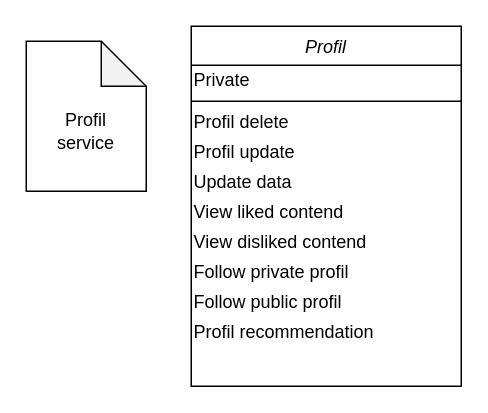
Above: page "Profil service" (7 of 10) of Dijagrami.drawio in andjelijaa/XML-projekat (draw.io), before the change. Source tidied: cells renumbered, new cells numbered last; positions are measured from the earlier drawing's top-left corner, leaving out a move shared by most shapes. Both pictures are drawn from the tidied source at 150%, with x=0, y=0 at pixel (26, 26).
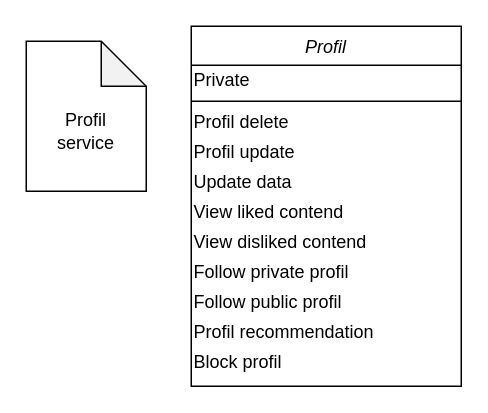
After the change.

Diff of the diagram source:
```diff
@@
 <mxGraphModel>
   <root>
     <mxCell id="0" />
     <mxCell id="1" parent="0" />
     <mxCell id="2" style="shape=note;whiteSpace=wrap;html=1;backgroundOutline=1;darkOpacity=0.05;align=left;" parent="1" vertex="1">
       <mxGeometry y="10" width="80" height="100" as="geometry" />
     </mxCell>
     <mxCell id="3" value="Profil" style="swimlane;fontStyle=2;align=center;verticalAlign=top;horizontal=1;startSize=26;rounded=0;shadow=0;strokeWidth=1;" parent="1" vertex="1">
       <mxGeometry x="110" width="180" height="240" as="geometry" />
     </mxCell>
     <mxCell id="4" value="Private" style="text;html=1;strokeColor=none;fillColor=none;align=left;verticalAlign=middle;whiteSpace=wrap;rounded=0;" parent="3" vertex="1">
       <mxGeometry y="26" width="180" height="20" as="geometry" />
     </mxCell>
     <mxCell id="5" style="line;html=1;strokeWidth=1;align=left;verticalAlign=middle;spacingTop=-1;spacingLeft=3;spacingRight=3;labelPosition=right;" parent="3" vertex="1">
       <mxGeometry y="46" width="180" height="8" as="geometry" />
     </mxCell>
     <mxCell id="6" value="Profil delete" style="text;html=1;strokeColor=none;fillColor=none;align=left;verticalAlign=middle;whiteSpace=wrap;rounded=0;" parent="3" vertex="1">
       <mxGeometry y="54" width="180" height="20" as="geometry" />
     </mxCell>
     <mxCell id="7" value="Profil update" style="text;html=1;strokeColor=none;fillColor=none;align=left;verticalAlign=middle;whiteSpace=wrap;rounded=0;" parent="3" vertex="1">
       <mxGeometry y="74" width="180" height="20" as="geometry" />
     </mxCell>
     <mxCell id="8" value="Update data" style="text;html=1;strokeColor=none;fillColor=none;align=left;verticalAlign=middle;whiteSpace=wrap;rounded=0;" parent="3" vertex="1">
       <mxGeometry y="94" width="180" height="20" as="geometry" />
     </mxCell>
     <mxCell id="9" value="View liked contend" style="text;html=1;strokeColor=none;fillColor=none;align=left;verticalAlign=middle;whiteSpace=wrap;rounded=0;" parent="3" vertex="1">
       <mxGeometry y="114" width="180" height="20" as="geometry" />
     </mxCell>
     <mxCell id="10" value="View disliked contend" style="text;html=1;strokeColor=none;fillColor=none;align=left;verticalAlign=middle;whiteSpace=wrap;rounded=0;" parent="3" vertex="1">
       <mxGeometry y="134" width="180" height="20" as="geometry" />
     </mxCell>
     <mxCell id="11" value="Follow private profil" style="text;html=1;strokeColor=none;fillColor=none;align=left;verticalAlign=middle;whiteSpace=wrap;rounded=0;" parent="3" vertex="1">
       <mxGeometry y="154" width="180" height="20" as="geometry" />
     </mxCell>
     <mxCell id="12" value="Follow public profil" style="text;html=1;strokeColor=none;fillColor=none;align=left;verticalAlign=middle;whiteSpace=wrap;rounded=0;" parent="3" vertex="1">
       <mxGeometry y="174" width="180" height="20" as="geometry" />
     </mxCell>
     <mxCell id="13" value="Profil recommendation" style="text;html=1;strokeColor=none;fillColor=none;align=left;verticalAlign=middle;whiteSpace=wrap;rounded=0;" parent="3" vertex="1">
       <mxGeometry y="194" width="180" height="20" as="geometry" />
     </mxCell>
+    <mxCell id="15" value="Block profil" style="text;html=1;strokeColor=none;fillColor=none;align=left;verticalAlign=middle;whiteSpace=wrap;rounded=0;" parent="3" vertex="1">
+      <mxGeometry y="214" width="180" height="20" as="geometry" />
+    </mxCell>
     <mxCell id="14" value="Profil service" style="text;html=1;strokeColor=none;fillColor=none;align=center;verticalAlign=middle;whiteSpace=wrap;rounded=0;" parent="1" vertex="1">
       <mxGeometry x="20" y="60" width="40" height="20" as="geometry" />
     </mxCell>
   </root>
 </mxGraphModel>
```
